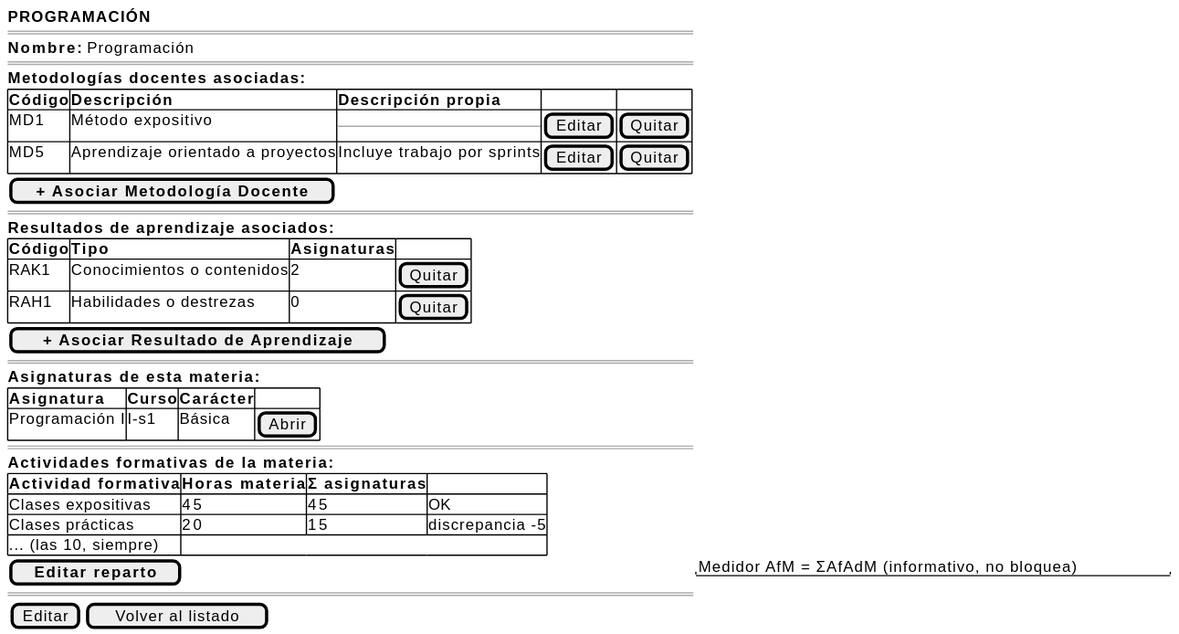
Before: images/RUP/01-requisitos/03-detalle-casos-uso/abrirMateria/wireframe.svg, a diagram exported from PlantUML (mmasias/pyCeldaPublico).
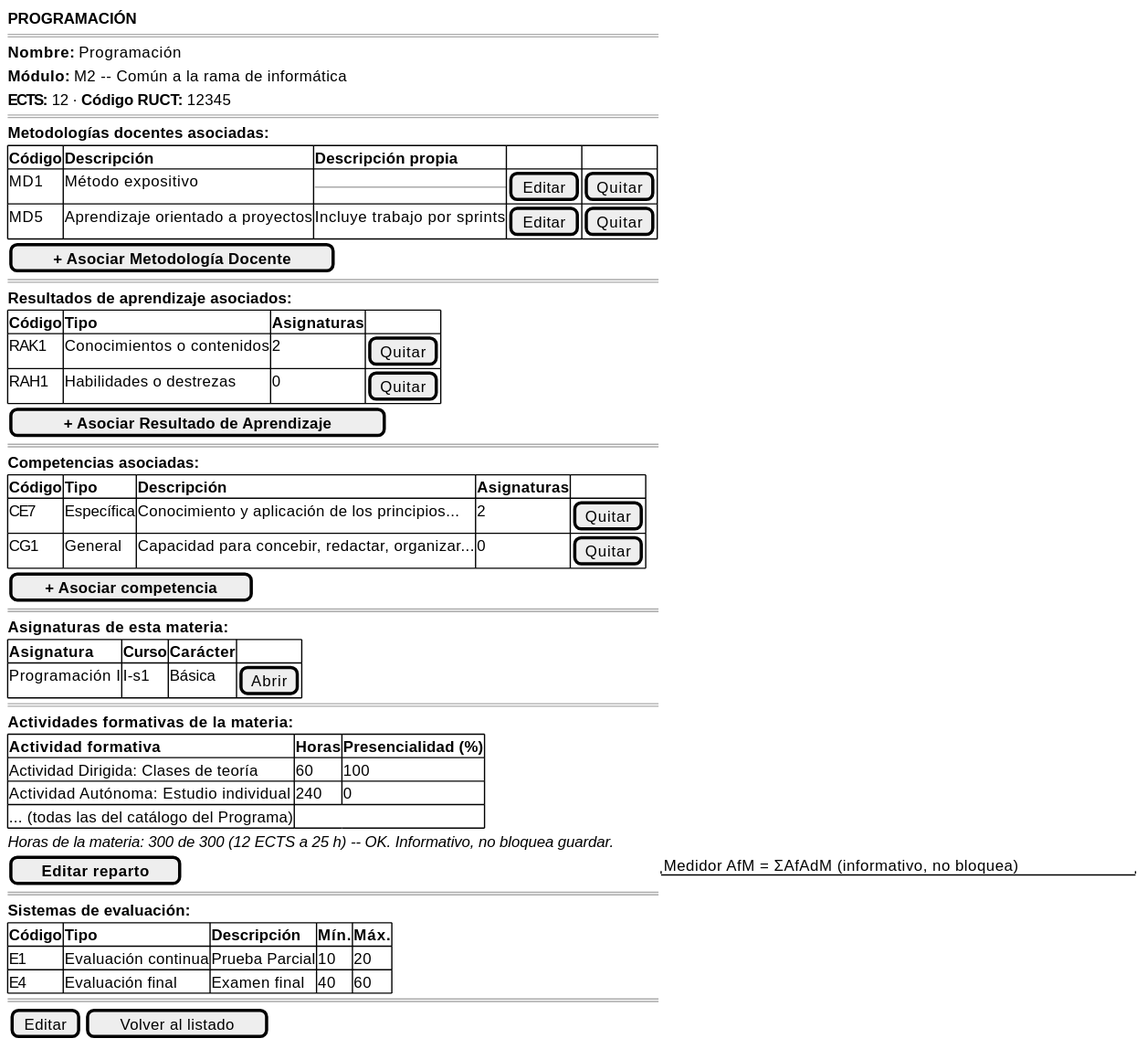
The same file after the commit.

Change to the diagram source:
```diff
@@ -3,6 +3,8 @@
     <b>PROGRAMACIÓN</b>
     ====
     <b>Nombre:</b> Programación
+    <b>Módulo:</b> M2 -- Común a la rama de informática
+    <b>ECTS:</b> 12 · <b>Código RUCT:</b> 12345
     ====
     <b>Metodologías docentes asociadas:</b>
     {#
@@ -20,6 +22,14 @@
     }
     [ <b>+ Asociar Resultado de Aprendizaje</b> ]
     ====
+    <b>Competencias asociadas:</b>
+    {#
+        <b>Código | <b>Tipo | <b>Descripción | <b>Asignaturas | .
+        CE7 | Específica | Conocimiento y aplicación de los principios... | 2 | [Quitar]
+        CG1 | General | Capacidad para concebir, redactar, organizar... | 0 | [Quitar]
+    }
+    [ <b>+ Asociar competencia</b> ]
+    ====
     <b>Asignaturas de esta materia:</b>
     {#
         <b>Asignatura | <b>Curso | <b>Carácter | .
@@ -28,12 +38,20 @@
     ====
     <b>Actividades formativas de la materia:</b>
     {#
-        <b>Actividad formativa | <b>Horas materia | <b>Σ asignaturas | .
-        Clases expositivas | 45 | 45 | OK
-        Clases prácticas | 20 | 15 | discrepancia -5
-        ... (las 10, siempre) | | |
+        <b>Actividad formativa | <b>Horas | <b>Presencialidad (%)
+        Actividad Dirigida: Clases de teoría | 60 | 100
+        Actividad Autónoma: Estudio individual | 240 | 0
+        ... (todas las del catálogo del Programa) | |
     }
+    <i>Horas de la materia: 300 de 300 (12 ECTS a 25 h) -- OK. Informativo, no bloquea guardar.</i>
     [ <b>Editar reparto</b> ]  |  "Medidor AfM = ΣAfAdM (informativo, no bloquea)"
+    ====
+    <b>Sistemas de evaluación:</b>
+    {#
+        <b>Código | <b>Tipo | <b>Descripción | <b>Mín. | <b>Máx.
+        E1 | Evaluación continua | Prueba Parcial | 10 | 20
+        E4 | Evaluación final | Examen final | 40 | 60
+    }
     ====
     {[Editar] | [Volver al listado]}
 }
```
